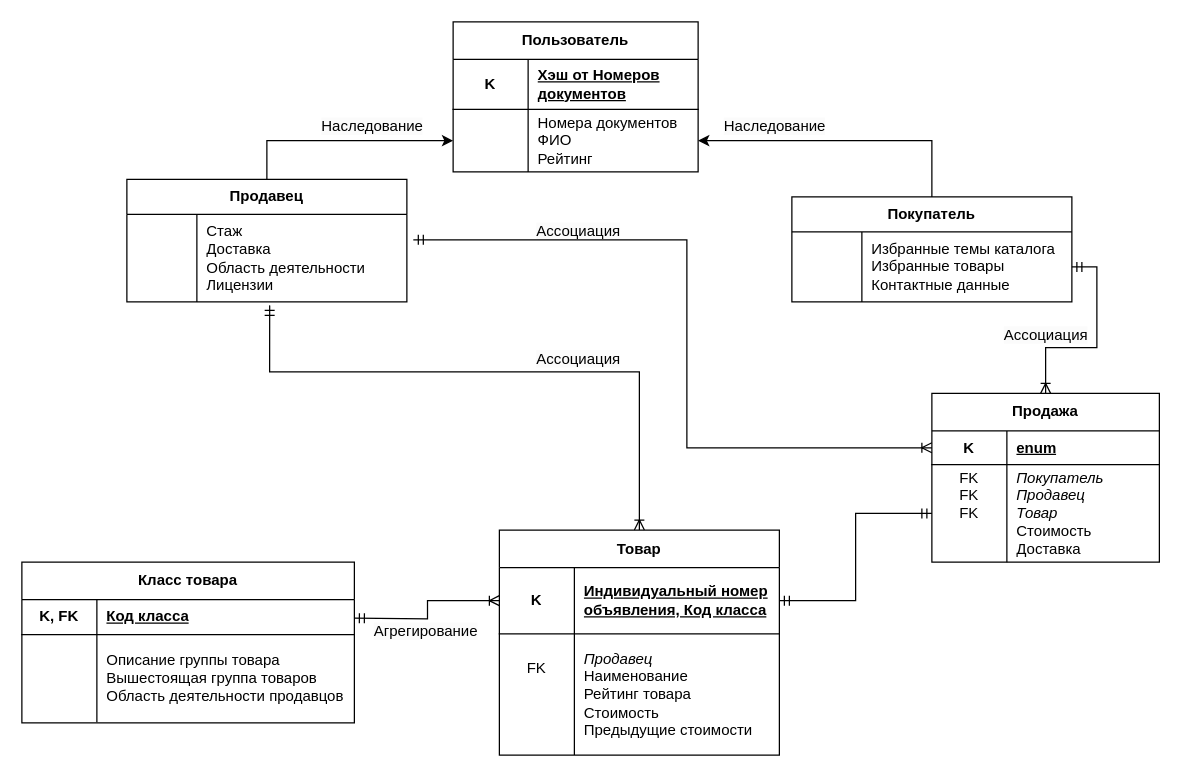
The draw.io diagram page "Page-1" (1 of 2) of Диаграмма без названия.drawio in Djuckman/Compilers2, before the edit. Source tidied: cells renumbered, new cells numbered last; positions are measured from the earlier drawing's top-left corner, leaving out a move shared by most shapes. Both pictures are drawn from the tidied source at 125%, with x=0, y=0 at pixel (21, 21).
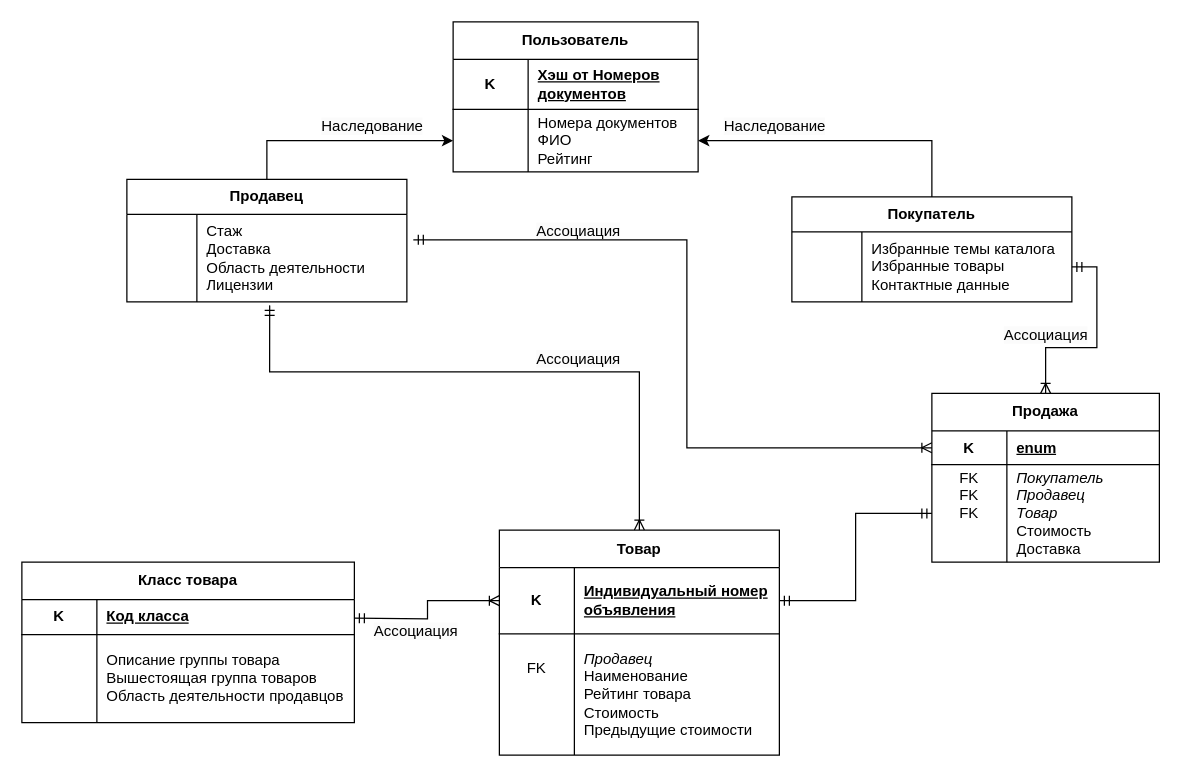
The same diagram, later.

Unchanged cells that the change refers to:
```xml
<mxCell id="33" style="shape=tableRow;horizontal=0;startSize=0;swimlaneHead=0;swimlaneBody=0;fillColor=none;points=[[0,0.5],[1,0.5]];portConstraint=eastwest;top=0;left=0;right=0;bottom=1;html=1;" parent="32" vertex="1">
  <mxGeometry y="30" width="224" height="53" as="geometry" />
</mxCell>
<mxCell id="40" style="shape=tableRow;horizontal=0;startSize=0;swimlaneHead=0;swimlaneBody=0;fillColor=none;top=0;left=0;right=0;bottom=1;html=1;" parent="39" vertex="1">
  <mxGeometry y="30" width="266" height="28" as="geometry" />
</mxCell>
```

What changed in the source:
```diff
@@
-    <mxCell id="35" value="Индивидуальный номер объявления, Код класса" style="shape=partialRectangle;fillColor=none;top=0;left=0;bottom=0;right=0;align=left;spacingLeft=6;fontStyle=5;overflow=hidden;html=1;whiteSpace=wrap;" parent="33" vertex="1">
+    <mxCell id="35" value="Индивидуальный номер объявления" style="shape=partialRectangle;fillColor=none;top=0;left=0;bottom=0;right=0;align=left;spacingLeft=6;fontStyle=5;overflow=hidden;html=1;whiteSpace=wrap;" parent="33" vertex="1">
       <mxGeometry x="60" width="164" height="53" as="geometry" />
     </mxCell>
@@
     <mxCell id="39" value="Класс товара" style="shape=table;startSize=30;childLayout=tableLayout;rowLines=0;fontStyle=1;align=center;html=1;whiteSpace=wrap;" parent="1" vertex="1">
-      <mxGeometry y="432.2" width="266" height="128.5" as="geometry" />
+      <mxGeometry y="432.2" width="266" height="128.3" as="geometry" />
     </mxCell>
@@
-    <mxCell id="41" value="K, FK" style="shape=partialRectangle;fillColor=none;top=0;left=0;bottom=0;right=0;fontStyle=1;overflow=hidden;html=1;whiteSpace=wrap;" parent="40" vertex="1">
+    <mxCell id="41" value="K" style="shape=partialRectangle;fillColor=none;top=0;left=0;bottom=0;right=0;fontStyle=1;overflow=hidden;html=1;whiteSpace=wrap;" parent="40" vertex="1">
       <mxGeometry width="60" height="28" as="geometry" />
     </mxCell>
@@
-    <mxCell id="46" value="&lt;span style=&quot;color: rgb(0, 0, 0); font-family: Helvetica; font-size: 12px; font-style: normal; font-variant-ligatures: normal; font-variant-caps: normal; font-weight: 400; letter-spacing: normal; orphans: 2; text-align: left; text-indent: 0px; text-transform: none; widows: 2; word-spacing: 0px; -webkit-text-stroke-width: 0px; white-space: normal; background-color: rgb(251, 251, 251); text-decoration-thickness: initial; text-decoration-style: initial; text-decoration-color: initial; display: inline !important; float: none;&quot;&gt;Агрегирование&lt;/span&gt;" style="text;whiteSpace=wrap;html=1;" parent="1" vertex="1">
-      <mxGeometry x="280" y="473.5" width="84" height="28" as="geometry" />
-    </mxCell>
@@
+    <mxCell id="54" value="&lt;span style=&quot;color: rgb(0, 0, 0); font-family: Helvetica; font-size: 12px; font-style: normal; font-variant-ligatures: normal; font-variant-caps: normal; font-weight: 400; letter-spacing: normal; orphans: 2; text-align: left; text-indent: 0px; text-transform: none; widows: 2; word-spacing: 0px; -webkit-text-stroke-width: 0px; white-space: normal; background-color: rgb(251, 251, 251); text-decoration-thickness: initial; text-decoration-style: initial; text-decoration-color: initial; display: inline !important; float: none;&quot;&gt;Ассоциация&lt;/span&gt;" style="text;whiteSpace=wrap;html=1;" parent="1" vertex="1">
+      <mxGeometry x="280" y="473.5" width="84" height="28" as="geometry" />
+    </mxCell>
```
